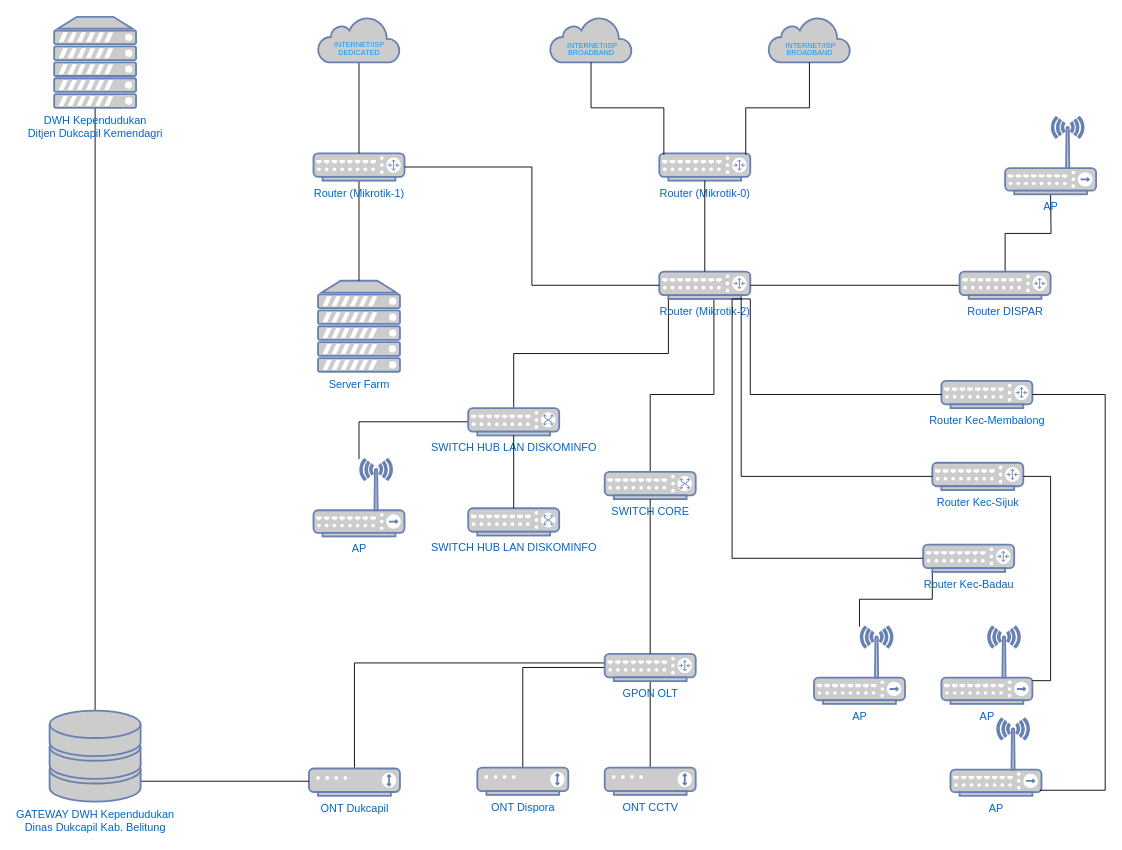
Earlier version of the draw.io diagram first.drawio (MirNgab/Draw.io-Topology). Source tidied: cells renumbered, new cells numbered last; positions are measured from the earlier drawing's top-left corner, leaving out a move shared by most shapes. Both pictures are drawn from the tidied source at 91%, with x=0, y=0 at pixel (49, 16).
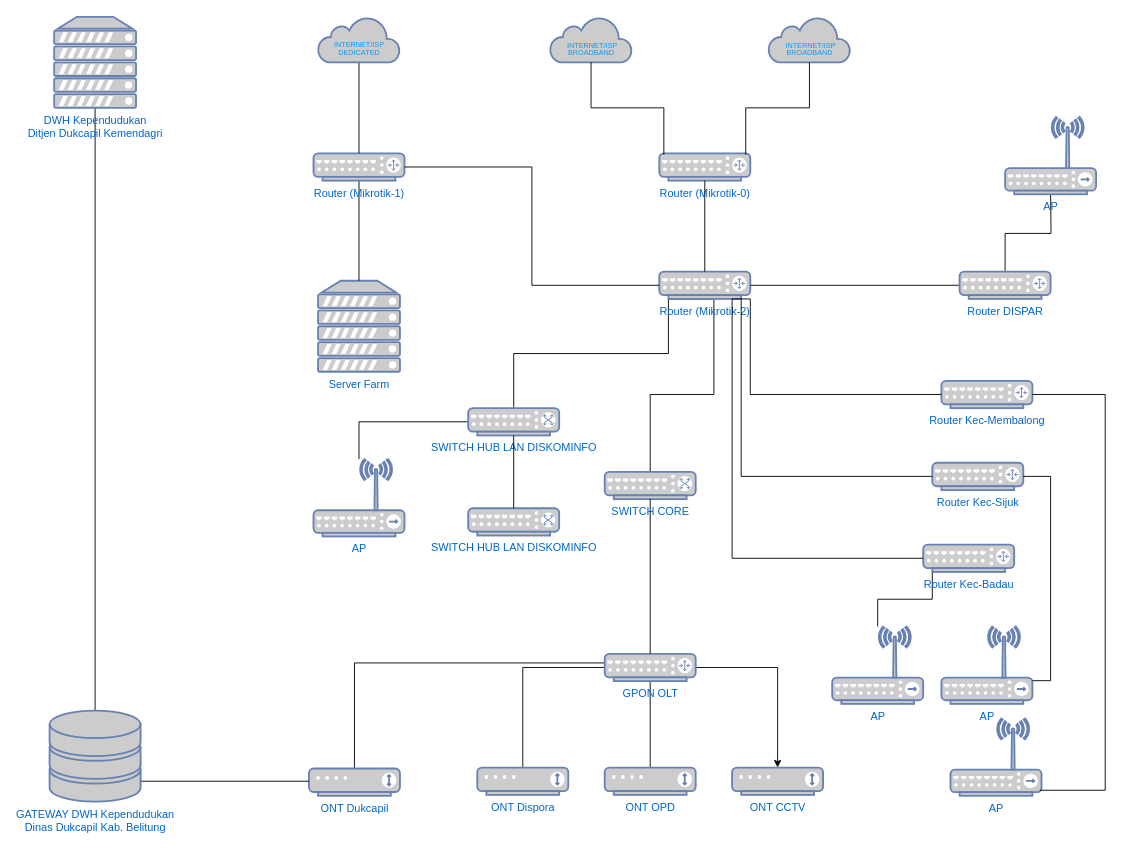
Above is the later version.

The change refers to these unchanged cells:
```xml
<mxCell id="39" value="GPON OLT" style="fontColor=#0066CC;verticalAlign=top;verticalLabelPosition=bottom;labelPosition=center;align=center;html=1;outlineConnect=0;fillColor=#CCCCCC;strokeColor=#6881B3;gradientColor=none;gradientDirection=north;strokeWidth=2;shape=mxgraph.networks.router;" parent="1" vertex="1">
  <mxGeometry x="610" y="700" width="100" height="30" as="geometry" />
</mxCell>
```

Diff of the diagram source:
```diff
@@
     <mxCell id="25" value="AP" style="fontColor=#0066CC;verticalAlign=top;verticalLabelPosition=bottom;labelPosition=center;align=center;html=1;outlineConnect=0;fillColor=#CCCCCC;strokeColor=#6881B3;gradientColor=none;gradientDirection=north;strokeWidth=2;shape=mxgraph.networks.wireless_hub;" parent="1" vertex="1">
-      <mxGeometry x="840" y="670" width="100" height="85" as="geometry" />
+      <mxGeometry x="860" y="670" width="100" height="85" as="geometry" />
     </mxCell>
@@
+    <mxCell id="51" style="edgeStyle=orthogonalEdgeStyle;rounded=0;jettySize=auto;html=1;exitX=1;exitY=0.5;exitDx=0;exitDy=0;exitPerimeter=0;" parent="1" edge="1" source="39" target="52">
+      <mxGeometry relative="1" as="geometry" />
+    </mxCell>
@@
-    <mxCell id="41" value="ONT CCTV" style="fontColor=#0066CC;verticalAlign=top;verticalLabelPosition=bottom;labelPosition=center;align=center;html=1;outlineConnect=0;fillColor=#CCCCCC;strokeColor=#6881B3;gradientColor=none;gradientDirection=north;strokeWidth=2;shape=mxgraph.networks.modem;" parent="1" vertex="1">
+    <mxCell id="41" value="ONT OPD" style="fontColor=#0066CC;verticalAlign=top;verticalLabelPosition=bottom;labelPosition=center;align=center;html=1;outlineConnect=0;fillColor=#CCCCCC;strokeColor=#6881B3;gradientColor=none;gradientDirection=north;strokeWidth=2;shape=mxgraph.networks.modem;" parent="1" vertex="1">
       <mxGeometry x="610" y="825" width="100" height="30" as="geometry" />
     </mxCell>
@@
+    <mxCell id="52" value="ONT CCTV" style="fontColor=#0066CC;verticalAlign=top;verticalLabelPosition=bottom;labelPosition=center;align=center;html=1;outlineConnect=0;fillColor=#CCCCCC;strokeColor=#6881B3;gradientColor=none;gradientDirection=north;strokeWidth=2;shape=mxgraph.networks.modem;" parent="1" vertex="1">
+      <mxGeometry x="750" y="825" width="100" height="30" as="geometry" />
+    </mxCell>
```
